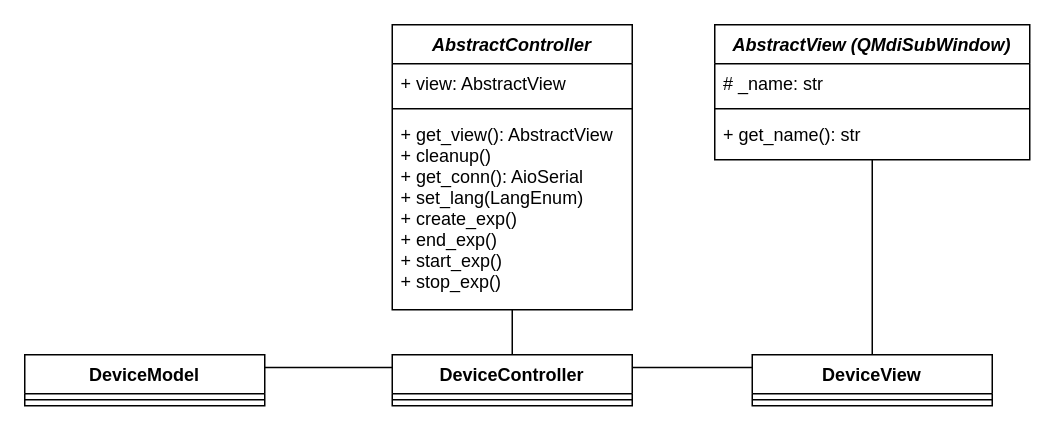
The draw.io diagram RS_device_class_relations.drawio in USnark772/RSCompanionV3, before the edit. Source tidied: cells renumbered, new cells numbered last; positions are measured from the earlier drawing's top-left corner, leaving out a move shared by most shapes. Both pictures are drawn from the tidied source at 150%, with x=0, y=0 at pixel (24, 24).
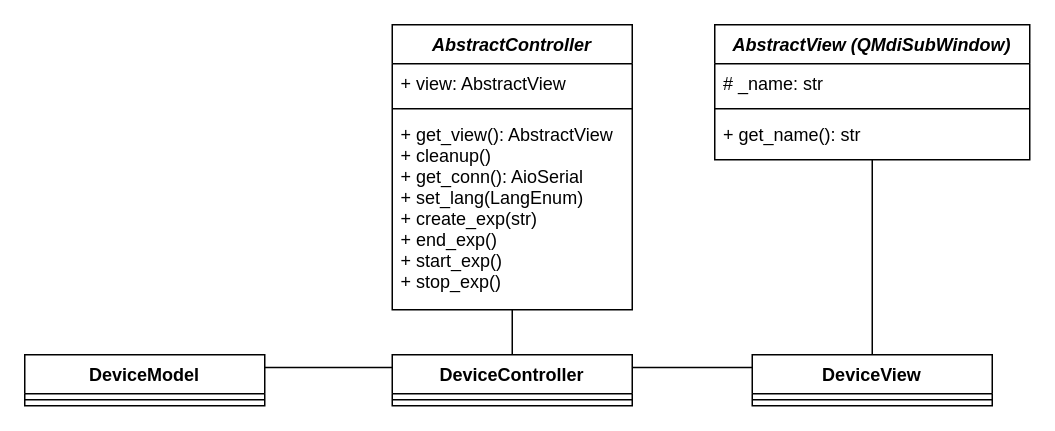
Above is the later version.

Diff of the diagram source:
```diff
@@
 <mxGraphModel>
   <root>
     <mxCell id="0" />
     <mxCell id="1" parent="0" />
     <mxCell id="2" style="endArrow=none;html=1;exitX=0.5;exitY=0;exitDx=0;exitDy=0;entryX=0.5;entryY=1;entryDx=0;entryDy=0;" parent="1" edge="1" source="7" target="3">
       <mxGeometry relative="1" as="geometry" />
     </mxCell>
     <mxCell id="3" value="AbstractController" style="swimlane;fontStyle=3;align=center;verticalAlign=top;horizontal=1;startSize=26;" parent="1" vertex="1">
       <mxGeometry x="245" width="160" height="190" as="geometry" />
     </mxCell>
     <mxCell id="4" value="+ view: AbstractView" style="text;strokeColor=none;fillColor=none;align=left;verticalAlign=top;spacingLeft=4;spacingRight=4;overflow=hidden;" parent="3" vertex="1">
       <mxGeometry y="26" width="160" height="26" as="geometry" />
     </mxCell>
     <mxCell id="5" style="line;strokeWidth=1;fillColor=none;align=left;verticalAlign=middle;spacingTop=-1;spacingLeft=3;spacingRight=3;labelPosition=right;" parent="3" vertex="1">
       <mxGeometry y="52" width="160" height="8" as="geometry" />
     </mxCell>
-    <mxCell id="6" value="+ get_view(): AbstractView&#10;+ cleanup()&#10;+ get_conn(): AioSerial&#10;+ set_lang(LangEnum)&#10;+ create_exp()&#10;+ end_exp()&#10;+ start_exp()&#10;+ stop_exp()" style="text;strokeColor=none;fillColor=none;align=left;verticalAlign=top;spacingLeft=4;spacingRight=4;overflow=hidden;" parent="3" vertex="1">
+    <mxCell id="6" value="+ get_view(): AbstractView&#10;+ cleanup()&#10;+ get_conn(): AioSerial&#10;+ set_lang(LangEnum)&#10;+ create_exp(str)&#10;+ end_exp()&#10;+ start_exp()&#10;+ stop_exp()" style="text;strokeColor=none;fillColor=none;align=left;verticalAlign=top;spacingLeft=4;spacingRight=4;overflow=hidden;" parent="3" vertex="1">
       <mxGeometry y="60" width="160" height="130" as="geometry" />
     </mxCell>
     <mxCell id="7" value="DeviceController" style="swimlane;fontStyle=1;align=center;verticalAlign=top;horizontal=1;startSize=26;" parent="1" vertex="1">
       <mxGeometry x="245" y="220" width="160" height="34" as="geometry" />
     </mxCell>
     <mxCell id="8" style="line;strokeWidth=1;fillColor=none;align=left;verticalAlign=middle;spacingTop=-1;spacingLeft=3;spacingRight=3;labelPosition=right;" parent="7" vertex="1">
       <mxGeometry y="26" width="160" height="8" as="geometry" />
     </mxCell>
     <mxCell id="9" style="edgeStyle=orthogonalEdgeStyle;rounded=0;jettySize=auto;html=1;exitX=0;exitY=0.25;exitDx=0;exitDy=0;entryX=1;entryY=0.25;entryDx=0;entryDy=0;endArrow=none;endFill=0;" parent="1" edge="1" source="10" target="7">
       <mxGeometry relative="1" as="geometry" />
     </mxCell>
     <mxCell id="10" value="DeviceView" style="swimlane;fontStyle=1;align=center;verticalAlign=top;horizontal=1;startSize=26;" parent="1" vertex="1">
       <mxGeometry x="485" y="220" width="160" height="34" as="geometry" />
     </mxCell>
     <mxCell id="11" style="line;strokeWidth=1;fillColor=none;align=left;verticalAlign=middle;spacingTop=-1;spacingLeft=3;spacingRight=3;labelPosition=right;" parent="10" vertex="1">
       <mxGeometry y="26" width="160" height="8" as="geometry" />
     </mxCell>
     <mxCell id="12" style="edgeStyle=orthogonalEdgeStyle;rounded=0;jettySize=auto;html=1;exitX=1;exitY=0.25;exitDx=0;exitDy=0;entryX=0;entryY=0.25;entryDx=0;entryDy=0;endArrow=none;endFill=0;" parent="1" edge="1" source="13" target="7">
       <mxGeometry relative="1" as="geometry" />
     </mxCell>
     <mxCell id="13" value="DeviceModel" style="swimlane;fontStyle=1;align=center;verticalAlign=top;horizontal=1;startSize=26;" parent="1" vertex="1">
       <mxGeometry y="220" width="160" height="34" as="geometry" />
     </mxCell>
     <mxCell id="14" style="line;strokeWidth=1;fillColor=none;align=left;verticalAlign=middle;spacingTop=-1;spacingLeft=3;spacingRight=3;labelPosition=right;" parent="13" vertex="1">
       <mxGeometry y="26" width="160" height="8" as="geometry" />
     </mxCell>
     <mxCell id="15" style="edgeStyle=orthogonalEdgeStyle;rounded=0;jettySize=auto;html=1;endArrow=none;endFill=0;entryX=0.5;entryY=0;entryDx=0;entryDy=0;" parent="1" edge="1" source="16" target="10">
       <mxGeometry relative="1" as="geometry" />
     </mxCell>
     <mxCell id="16" value="AbstractView (QMdiSubWindow)" style="swimlane;fontStyle=3;align=center;verticalAlign=top;horizontal=1;startSize=26;" parent="1" vertex="1">
       <mxGeometry x="460" width="210" height="90" as="geometry" />
     </mxCell>
     <mxCell id="17" value="# _name: str" style="text;strokeColor=none;fillColor=none;align=left;verticalAlign=top;spacingLeft=4;spacingRight=4;overflow=hidden;" parent="16" vertex="1">
       <mxGeometry y="26" width="210" height="26" as="geometry" />
     </mxCell>
     <mxCell id="18" style="line;strokeWidth=1;fillColor=none;align=left;verticalAlign=middle;spacingTop=-1;spacingLeft=3;spacingRight=3;labelPosition=right;" parent="16" vertex="1">
       <mxGeometry y="52" width="210" height="8" as="geometry" />
     </mxCell>
     <mxCell id="19" value="+ get_name(): str" style="text;strokeColor=none;fillColor=none;align=left;verticalAlign=top;spacingLeft=4;spacingRight=4;overflow=hidden;" parent="16" vertex="1">
       <mxGeometry y="60" width="210" height="30" as="geometry" />
     </mxCell>
   </root>
 </mxGraphModel>
```
